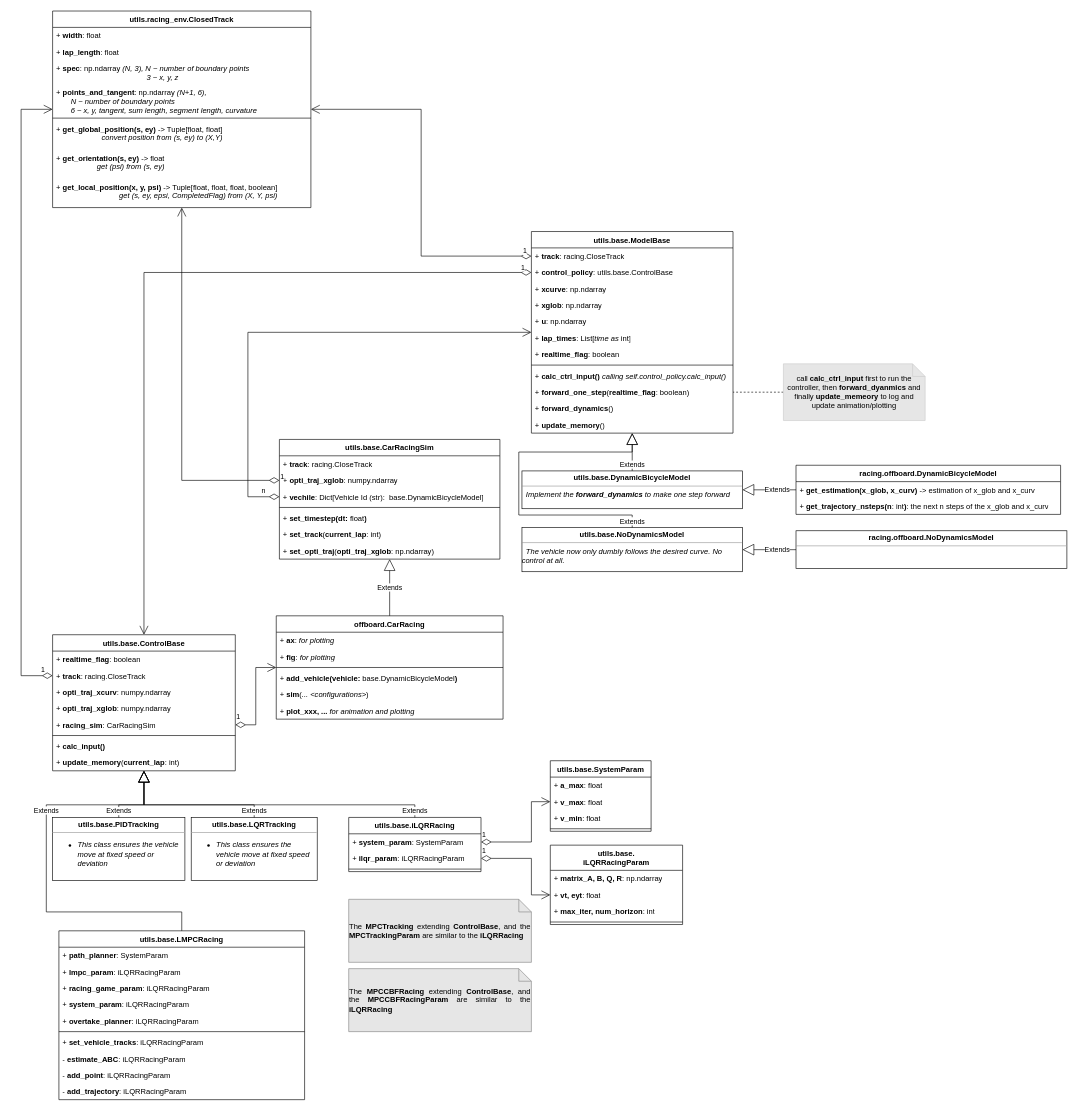
Above: page "classes 4 sim" (3 of 4) of structure.drawio in HybridRobotics/car-racing (draw.io), before the change. Source tidied: cells renumbered, new cells numbered last; positions are measured from the earlier drawing's top-left corner, leaving out a move shared by most shapes. Both pictures are drawn from the tidied source at 63%, with x=0, y=0 at pixel (21, 11).
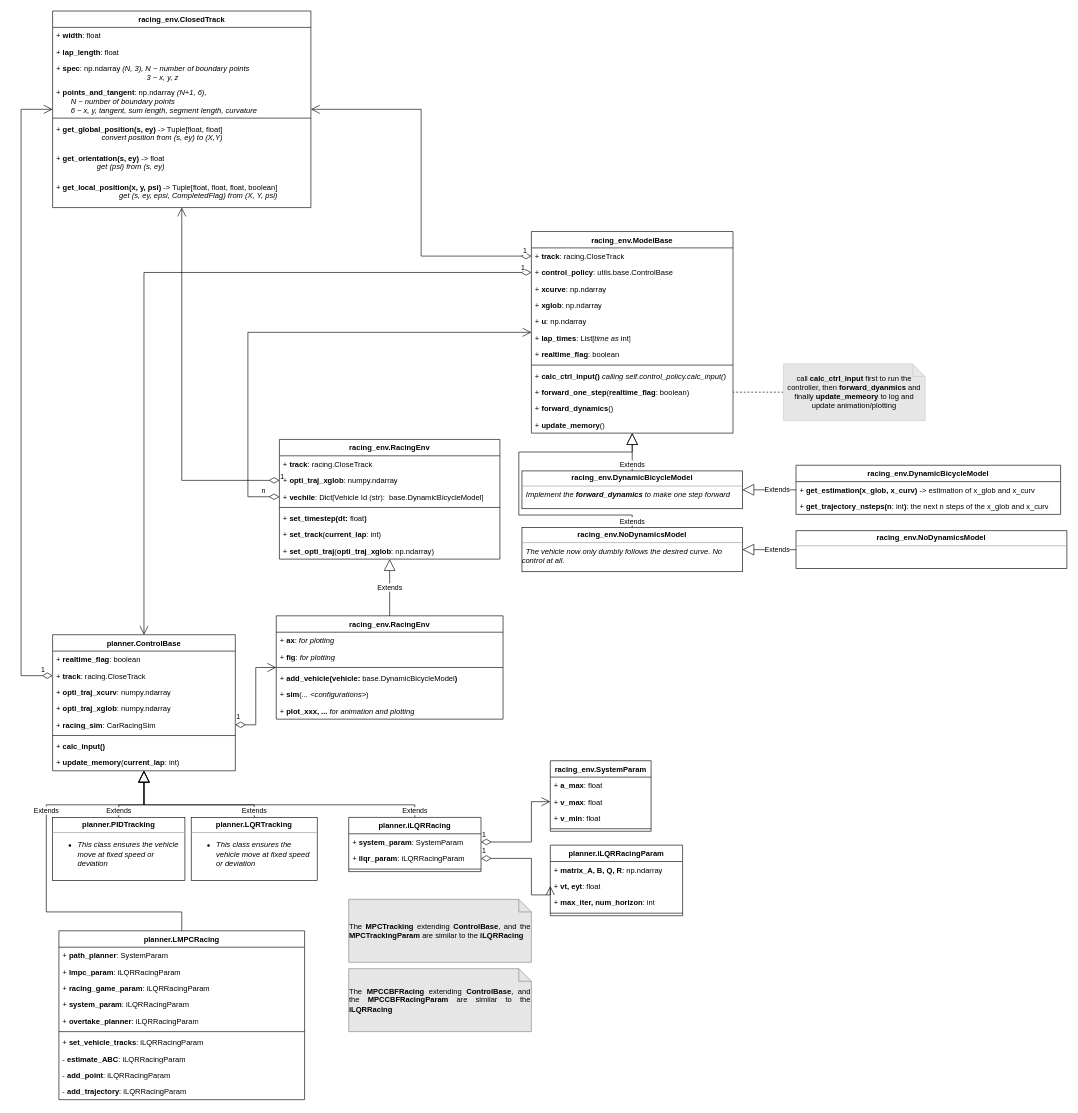
After the change.

Commit message (it also covers changes not shown here):
Update the class UML

Diff of the diagram source:
```diff
@@
-    <mxCell id="2" value="utils.base.ControlBase" style="swimlane;fontStyle=1;align=center;verticalAlign=top;horizontal=1;startSize=26;whiteSpace=wrap;html=1;" parent="1" vertex="1">
+    <mxCell id="2" value="planner.ControlBase" style="swimlane;fontStyle=1;align=center;verticalAlign=top;horizontal=1;startSize=26;whiteSpace=wrap;html=1;" parent="1" vertex="1">
       <mxGeometry x="50" y="990" width="290" height="216" as="geometry" />
     </mxCell>
@@
-    <mxCell id="11" value="&lt;p style=&quot;margin:0px;margin-top:4px;text-align:center;&quot;&gt;&lt;b&gt;utils.base.PIDTracking&lt;/b&gt;&lt;/p&gt;&lt;hr size=&quot;1&quot;&gt;&lt;div style=&quot;height:2px;&quot;&gt;&lt;ul&gt;&lt;li&gt;&lt;i&gt;This class ensures the vehicle move at fixed speed or deviation&lt;/i&gt;&lt;/li&gt;&lt;/ul&gt;&lt;/div&gt;" style="verticalAlign=top;align=left;overflow=fill;fontSize=12;fontFamily=Helvetica;html=1;whiteSpace=wrap;" parent="1" vertex="1">
+    <mxCell id="11" value="&lt;p style=&quot;margin:0px;margin-top:4px;text-align:center;&quot;&gt;&lt;b&gt;planner.PIDTracking&lt;/b&gt;&lt;/p&gt;&lt;hr size=&quot;1&quot;&gt;&lt;div style=&quot;height:2px;&quot;&gt;&lt;ul&gt;&lt;li&gt;&lt;i&gt;This class ensures the vehicle move at fixed speed or deviation&lt;/i&gt;&lt;/li&gt;&lt;/ul&gt;&lt;/div&gt;" style="verticalAlign=top;align=left;overflow=fill;fontSize=12;fontFamily=Helvetica;html=1;whiteSpace=wrap;" parent="1" vertex="1">
       <mxGeometry x="50" y="1280" width="210" height="100" as="geometry" />
     </mxCell>
-    <mxCell id="12" value="&lt;p style=&quot;margin:0px;margin-top:4px;text-align:center;&quot;&gt;&lt;b&gt;utils.base.LQRTracking&lt;/b&gt;&lt;/p&gt;&lt;hr size=&quot;1&quot;&gt;&lt;div style=&quot;height:2px;&quot;&gt;&lt;ul&gt;&lt;li&gt;&lt;i&gt;This class ensures the vehicle move at fixed speed or deviation&lt;/i&gt;&lt;/li&gt;&lt;/ul&gt;&lt;/div&gt;" style="verticalAlign=top;align=left;overflow=fill;fontSize=12;fontFamily=Helvetica;html=1;whiteSpace=wrap;" parent="1" vertex="1">
+    <mxCell id="12" value="&lt;p style=&quot;margin:0px;margin-top:4px;text-align:center;&quot;&gt;&lt;b&gt;planner.LQRTracking&lt;/b&gt;&lt;/p&gt;&lt;hr size=&quot;1&quot;&gt;&lt;div style=&quot;height:2px;&quot;&gt;&lt;ul&gt;&lt;li&gt;&lt;i&gt;This class ensures the vehicle move at fixed speed or deviation&lt;/i&gt;&lt;/li&gt;&lt;/ul&gt;&lt;/div&gt;" style="verticalAlign=top;align=left;overflow=fill;fontSize=12;fontFamily=Helvetica;html=1;whiteSpace=wrap;" parent="1" vertex="1">
       <mxGeometry x="270" y="1280" width="200" height="100" as="geometry" />
     </mxCell>
@@
-    <mxCell id="15" value="utils.base.iLQRRacing" style="swimlane;fontStyle=1;align=center;verticalAlign=top;horizontal=1;startSize=26;whiteSpace=wrap;html=1;" parent="1" vertex="1">
+    <mxCell id="15" value="planner.iLQRRacing" style="swimlane;fontStyle=1;align=center;verticalAlign=top;horizontal=1;startSize=26;whiteSpace=wrap;html=1;" parent="1" vertex="1">
       <mxGeometry x="520" y="1280" width="210" height="86" as="geometry" />
     </mxCell>
@@
-    <mxCell id="19" value="utils.base.SystemParam" style="swimlane;fontStyle=1;align=center;verticalAlign=top;horizontal=1;startSize=26;whiteSpace=wrap;html=1;" parent="1" vertex="1">
+    <mxCell id="19" value="racing_env.SystemParam" style="swimlane;fontStyle=1;align=center;verticalAlign=top;horizontal=1;startSize=26;whiteSpace=wrap;html=1;" parent="1" vertex="1">
       <mxGeometry x="840" y="1190" width="160" height="112" as="geometry" />
     </mxCell>
@@
-    <mxCell id="24" value="utils.base.&lt;br&gt;iLQRRacingParam" style="swimlane;fontStyle=1;align=center;verticalAlign=top;horizontal=1;startSize=40;whiteSpace=wrap;html=1;" parent="1" vertex="1">
-      <mxGeometry x="840" y="1324" width="210" height="126" as="geometry" />
+    <mxCell id="24" value="planner.iLQRRacingParam" style="swimlane;fontStyle=1;align=center;verticalAlign=top;horizontal=1;startSize=26;whiteSpace=wrap;html=1;" parent="1" vertex="1">
+      <mxGeometry x="840" y="1324" width="210" height="112" as="geometry" />
     </mxCell>
     <mxCell id="25" value="+ &lt;b&gt;matrix_A, B, Q, R&lt;/b&gt;: np.ndarray" style="text;strokeColor=none;fillColor=none;align=left;verticalAlign=top;spacingLeft=4;spacingRight=4;overflow=hidden;whiteSpace=wrap;html=1;" parent="24" vertex="1">
-      <mxGeometry y="40" width="210" height="26" as="geometry" />
+      <mxGeometry y="26" width="210" height="26" as="geometry" />
     </mxCell>
     <mxCell id="26" value="+ &lt;b&gt;vt, eyt&lt;/b&gt;: float" style="text;strokeColor=none;fillColor=none;align=left;verticalAlign=top;spacingLeft=4;spacingRight=4;overflow=hidden;points=[[0,0.5],[1,0.5]];portConstraint=eastwest;whiteSpace=wrap;html=1;" parent="24" vertex="1">
-      <mxGeometry y="66" width="210" height="26" as="geometry" />
+      <mxGeometry y="52" width="210" height="26" as="geometry" />
     </mxCell>
     <mxCell id="27" value="+ &lt;b&gt;max_iter, num_horizon&lt;/b&gt;: int" style="text;strokeColor=none;fillColor=none;align=left;verticalAlign=top;spacingLeft=4;spacingRight=4;overflow=hidden;whiteSpace=wrap;html=1;" parent="24" vertex="1">
-      <mxGeometry y="92" width="210" height="26" as="geometry" />
+      <mxGeometry y="78" width="210" height="26" as="geometry" />
     </mxCell>
     <mxCell id="28" style="line;strokeWidth=1;fillColor=none;align=left;verticalAlign=middle;spacingTop=-1;spacingLeft=3;spacingRight=3;labelPosition=right;strokeColor=inherit;" parent="24" vertex="1">
-      <mxGeometry y="118" width="210" height="8" as="geometry" />
+      <mxGeometry y="104" width="210" height="8" as="geometry" />
     </mxCell>
@@
-    <mxCell id="32" value="utils.base.LMPCRacing" style="swimlane;fontStyle=1;align=center;verticalAlign=top;horizontal=1;startSize=26;whiteSpace=wrap;html=1;" parent="1" vertex="1">
+    <mxCell id="32" value="planner.LMPCRacing" style="swimlane;fontStyle=1;align=center;verticalAlign=top;horizontal=1;startSize=26;whiteSpace=wrap;html=1;" parent="1" vertex="1">
       <mxGeometry x="60" y="1460" width="390" height="268" as="geometry" />
     </mxCell>
@@
-    <mxCell id="44" value="utils.base.CarRacingSim" style="swimlane;fontStyle=1;align=center;verticalAlign=top;horizontal=1;startSize=26;whiteSpace=wrap;html=1;" parent="1" vertex="1">
+    <mxCell id="44" value="racing_env.RacingEnv" style="swimlane;fontStyle=1;align=center;verticalAlign=top;horizontal=1;startSize=26;whiteSpace=wrap;html=1;" parent="1" vertex="1">
       <mxGeometry x="410" y="680" width="350" height="190" as="geometry" />
     </mxCell>
@@
-    <mxCell id="52" value="offboard.CarRacing" style="swimlane;fontStyle=1;align=center;verticalAlign=top;horizontal=1;startSize=26;whiteSpace=wrap;html=1;" parent="1" vertex="1">
+    <mxCell id="52" value="racing_env.RacingEnv" style="swimlane;fontStyle=1;align=center;verticalAlign=top;horizontal=1;startSize=26;whiteSpace=wrap;html=1;" parent="1" vertex="1">
       <mxGeometry x="405" y="960" width="360" height="164" as="geometry" />
     </mxCell>
@@
-    <mxCell id="63" value="utils.base.ModelBase" style="swimlane;fontStyle=1;align=center;verticalAlign=top;horizontal=1;startSize=26;whiteSpace=wrap;html=1;" parent="1" vertex="1">
+    <mxCell id="63" value="racing_env.ModelBase" style="swimlane;fontStyle=1;align=center;verticalAlign=top;horizontal=1;startSize=26;whiteSpace=wrap;html=1;" parent="1" vertex="1">
       <mxGeometry x="810" y="350" width="320" height="320" as="geometry" />
     </mxCell>
@@
-    <mxCell id="76" value="&lt;p style=&quot;margin:0px;margin-top:4px;text-align:center;&quot;&gt;&lt;b&gt;utils.base.DynamicBicycleModel&lt;/b&gt;&lt;/p&gt;&lt;hr size=&quot;1&quot;&gt;&lt;div style=&quot;height:2px;&quot;&gt;&lt;i&gt;&amp;nbsp; Implement the &lt;b&gt;forward_dynamics &lt;/b&gt;to make one step forward&lt;/i&gt;&lt;/div&gt;" style="verticalAlign=top;align=left;overflow=fill;fontSize=12;fontFamily=Helvetica;html=1;whiteSpace=wrap;" parent="1" vertex="1">
+    <mxCell id="76" value="&lt;p style=&quot;margin:0px;margin-top:4px;text-align:center;&quot;&gt;&lt;b&gt;racing_env.DynamicBicycleModel&lt;/b&gt;&lt;/p&gt;&lt;hr size=&quot;1&quot;&gt;&lt;div style=&quot;height:2px;&quot;&gt;&lt;i&gt;&amp;nbsp; Implement the &lt;b&gt;forward_dynamics &lt;/b&gt;to make one step forward&lt;/i&gt;&lt;/div&gt;" style="verticalAlign=top;align=left;overflow=fill;fontSize=12;fontFamily=Helvetica;html=1;whiteSpace=wrap;" parent="1" vertex="1">
       <mxGeometry x="795" y="730" width="350" height="60" as="geometry" />
     </mxCell>
@@
-    <mxCell id="80" value="&lt;p style=&quot;margin:0px;margin-top:4px;text-align:center;&quot;&gt;&lt;b&gt;utils.base.NoDynamicsModel&lt;/b&gt;&lt;/p&gt;&lt;hr size=&quot;1&quot;&gt;&lt;div style=&quot;height:2px;&quot;&gt;&lt;i&gt;&amp;nbsp; The vehicle now only dumbly follows the desired curve. No control at all.&amp;nbsp;&lt;/i&gt;&lt;/div&gt;" style="verticalAlign=top;align=left;overflow=fill;fontSize=12;fontFamily=Helvetica;html=1;whiteSpace=wrap;" parent="1" vertex="1">
+    <mxCell id="80" value="&lt;p style=&quot;margin:0px;margin-top:4px;text-align:center;&quot;&gt;&lt;b&gt;racing_env.NoDynamicsModel&lt;/b&gt;&lt;/p&gt;&lt;hr size=&quot;1&quot;&gt;&lt;div style=&quot;height:2px;&quot;&gt;&lt;i&gt;&amp;nbsp; The vehicle now only dumbly follows the desired curve. No control at all.&amp;nbsp;&lt;/i&gt;&lt;/div&gt;" style="verticalAlign=top;align=left;overflow=fill;fontSize=12;fontFamily=Helvetica;html=1;whiteSpace=wrap;" parent="1" vertex="1">
       <mxGeometry x="795" y="820" width="350" height="70" as="geometry" />
     </mxCell>
@@
-    <mxCell id="82" value="&lt;b style=&quot;border-color: var(--border-color);&quot;&gt;racing.offboard.DynamicBicycleModel&lt;/b&gt;" style="swimlane;fontStyle=0;horizontal=1;startSize=26;fillColor=none;whiteSpace=wrap;html=1;" parent="1" vertex="1">
+    <mxCell id="82" value="&lt;b style=&quot;border-color: var(--border-color);&quot;&gt;racing_env.DynamicBicycleModel&lt;/b&gt;" style="swimlane;fontStyle=0;horizontal=1;startSize=26;fillColor=none;whiteSpace=wrap;html=1;" parent="1" vertex="1">
       <mxGeometry x="1230" y="721" width="420" height="78" as="geometry" />
     </mxCell>
@@
-    <mxCell id="85" value="&lt;p style=&quot;margin:0px;margin-top:4px;text-align:center;&quot;&gt;&lt;b style=&quot;border-color: var(--border-color);&quot;&gt;racing.offboard.NoDynamicsModel&lt;/b&gt;&lt;/p&gt;&lt;hr size=&quot;1&quot;&gt;&lt;div style=&quot;height:2px;&quot;&gt;&lt;/div&gt;" style="verticalAlign=top;align=left;overflow=fill;fontSize=12;fontFamily=Helvetica;html=1;whiteSpace=wrap;" parent="1" vertex="1">
+    <mxCell id="85" value="&lt;p style=&quot;margin:0px;margin-top:4px;text-align:center;&quot;&gt;&lt;b style=&quot;border-color: var(--border-color);&quot;&gt;racing_env.NoDynamicsModel&lt;/b&gt;&lt;/p&gt;&lt;hr size=&quot;1&quot;&gt;&lt;div style=&quot;height:2px;&quot;&gt;&lt;/div&gt;" style="verticalAlign=top;align=left;overflow=fill;fontSize=12;fontFamily=Helvetica;html=1;whiteSpace=wrap;" parent="1" vertex="1">
       <mxGeometry x="1230" y="825" width="430" height="60" as="geometry" />
     </mxCell>
@@
-    <mxCell id="90" value="utils.racing_env.ClosedTrack" style="swimlane;fontStyle=1;align=center;verticalAlign=top;horizontal=1;startSize=26;whiteSpace=wrap;html=1;" parent="1" vertex="1">
+    <mxCell id="90" value="racing_env.ClosedTrack" style="swimlane;fontStyle=1;align=center;verticalAlign=top;horizontal=1;startSize=26;whiteSpace=wrap;html=1;" parent="1" vertex="1">
       <mxGeometry x="50" width="410" height="312" as="geometry" />
     </mxCell>
```
